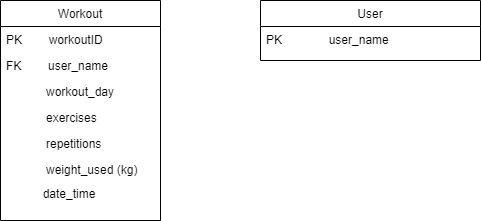
Earlier version of the draw.io export ERD new Diagram.png (Armanhafiz4/Fundamental-project). Source tidied: cells renumbered, new cells last; positions are measured from the earlier drawing's top-left corner, leaving out a move shared by most shapes.
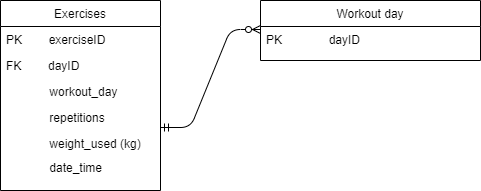
Later version of the same file.

The edit, as a diff of the source:
```diff
@@ -2,35 +2,38 @@
   <root>
     <mxCell id="0" />
     <mxCell id="1" parent="0" />
-    <mxCell id="2" value="Workout" style="swimlane;fontStyle=0;align=center;verticalAlign=top;horizontal=1;startSize=26;rounded=0;shadow=0;strokeWidth=1;" parent="1" vertex="1">
-      <mxGeometry width="160" height="220" as="geometry" />
+    <mxCell id="2" value="Exercises" style="swimlane;fontStyle=0;align=center;verticalAlign=top;horizontal=1;startSize=26;rounded=0;shadow=0;strokeWidth=1;" parent="1" vertex="1">
+      <mxGeometry width="160" height="190" as="geometry" />
     </mxCell>
-    <mxCell id="3" value="PK        workoutID" style="text;align=left;verticalAlign=top;spacingLeft=4;spacingRight=4;overflow=hidden;" parent="2" vertex="1">
+    <mxCell id="3" value="PK        exerciseID" style="text;align=left;verticalAlign=top;spacingLeft=4;spacingRight=4;overflow=hidden;" parent="2" vertex="1">
       <mxGeometry y="26" width="160" height="26" as="geometry" />
     </mxCell>
-    <mxCell id="4" value="FK        user_name" style="text;align=left;verticalAlign=top;spacingLeft=4;spacingRight=4;overflow=hidden;rounded=0;shadow=0;html=0;" parent="2" vertex="1">
+    <mxCell id="4" value="FK        dayID" style="text;align=left;verticalAlign=top;spacingLeft=4;spacingRight=4;overflow=hidden;rounded=0;shadow=0;html=0;" parent="2" vertex="1">
       <mxGeometry y="52" width="160" height="26" as="geometry" />
     </mxCell>
-    <mxCell id="5" value="            workout_day" style="text;align=left;verticalAlign=top;spacingLeft=4;spacingRight=4;overflow=hidden;rounded=0;shadow=0;html=0;" parent="2" vertex="1">
+    <mxCell id="5" value="             workout_day" style="text;align=left;verticalAlign=top;spacingLeft=4;spacingRight=4;overflow=hidden;rounded=0;shadow=0;html=0;" parent="2" vertex="1">
       <mxGeometry y="78" width="160" height="26" as="geometry" />
     </mxCell>
-    <mxCell id="6" value="            exercises" style="text;align=left;verticalAlign=top;spacingLeft=4;spacingRight=4;overflow=hidden;rounded=0;shadow=0;html=0;" parent="2" vertex="1">
-      <mxGeometry y="104" width="160" height="26" as="geometry" />
-    </mxCell>
-    <mxCell id="7" value="            repetitions" style="text;align=left;verticalAlign=top;spacingLeft=4;spacingRight=4;overflow=hidden;rounded=0;shadow=0;html=0;" parent="2" vertex="1">
-      <mxGeometry y="130" width="160" height="26" as="geometry" />
+    <mxCell id="7" value="             repetitions" style="text;align=left;verticalAlign=top;spacingLeft=4;spacingRight=4;overflow=hidden;rounded=0;shadow=0;html=0;" parent="2" vertex="1">
+      <mxGeometry y="104" width="160" height="26" as="geometry" />
     </mxCell>
-    <mxCell id="8" value="            weight_used (kg)" style="text;align=left;verticalAlign=top;spacingLeft=4;spacingRight=4;overflow=hidden;rounded=0;shadow=0;html=0;" parent="2" vertex="1">
-      <mxGeometry y="156" width="160" height="24" as="geometry" />
+    <mxCell id="8" value="             weight_used (kg)" style="text;align=left;verticalAlign=top;spacingLeft=4;spacingRight=4;overflow=hidden;rounded=0;shadow=0;html=0;" parent="2" vertex="1">
+      <mxGeometry y="130" width="160" height="24" as="geometry" />
     </mxCell>
-    <mxCell id="9" value="           date_time" style="text;align=left;verticalAlign=top;spacingLeft=4;spacingRight=4;overflow=hidden;rounded=0;shadow=0;html=0;" parent="2" vertex="1">
-      <mxGeometry y="180" width="160" height="26" as="geometry" />
+    <mxCell id="9" value="             date_time" style="text;align=left;verticalAlign=top;spacingLeft=4;spacingRight=4;overflow=hidden;rounded=0;shadow=0;html=0;" parent="2" vertex="1">
+      <mxGeometry y="154" width="160" height="26" as="geometry" />
     </mxCell>
-    <mxCell id="10" value="User" style="swimlane;fontStyle=0;align=center;verticalAlign=top;horizontal=1;startSize=26;rounded=0;shadow=0;strokeWidth=1;" parent="1" vertex="1">
+    <mxCell id="10" value="Workout day" style="swimlane;fontStyle=0;align=center;verticalAlign=top;horizontal=1;startSize=26;rounded=0;shadow=0;strokeWidth=1;" parent="1" vertex="1">
       <mxGeometry x="260" width="220" height="60" as="geometry" />
     </mxCell>
-    <mxCell id="11" value="PK              user_name" style="text;align=left;verticalAlign=top;spacingLeft=4;spacingRight=4;overflow=hidden;" parent="10" vertex="1">
+    <mxCell id="11" value="PK              dayID" style="text;align=left;verticalAlign=top;spacingLeft=4;spacingRight=4;overflow=hidden;" parent="10" vertex="1">
       <mxGeometry y="26" width="220" height="26" as="geometry" />
     </mxCell>
+    <mxCell id="12" style="edgeStyle=entityRelationEdgeStyle;fontSize=12;html=1;endArrow=ERzeroToMany;startArrow=ERmandOne;" parent="1" edge="1">
+      <mxGeometry relative="1" as="geometry">
+        <mxPoint x="160" y="127" as="sourcePoint" />
+        <mxPoint x="260" y="29" as="targetPoint" />
+      </mxGeometry>
+    </mxCell>
   </root>
 </mxGraphModel>
```
